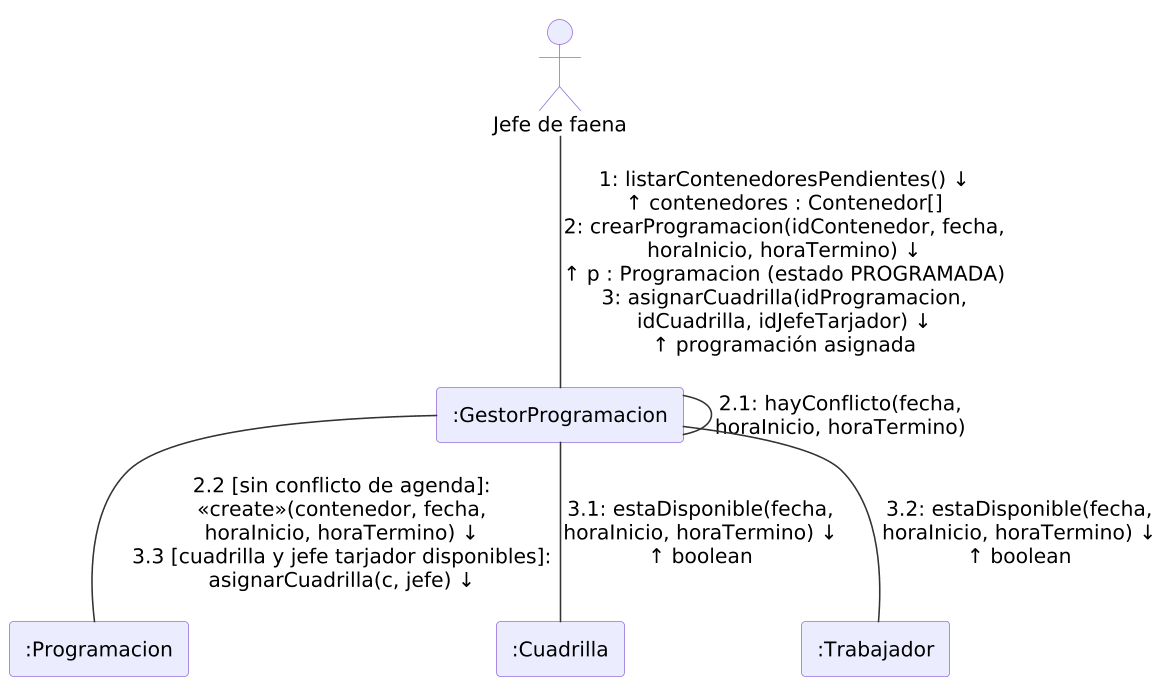
The PlantUML diagram Figuras/diagramas/18-col-crear-programacion.png in RenatoEspina/Latex-proyecto, before a commit.
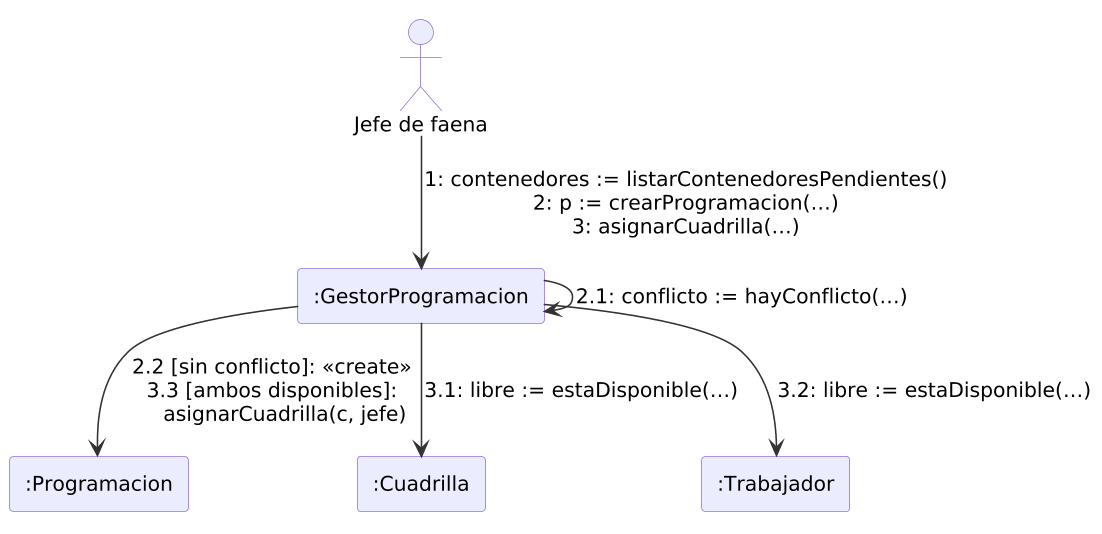
Later version of the same file.

The edit, as a diff of the source:
```diff
@@ -7,9 +7,9 @@
 rectangle ":Cuadrilla" as CU
 rectangle ":Trabajador" as T
 
-JF -- GP : "1: listarContenedoresPendientes() ↓\n↑ contenedores : Contenedor[]\n2: crearProgramacion(idContenedor, fecha,\nhoraInicio, horaTermino) ↓\n↑ p : Programacion (estado PROGRAMADA)\n3: asignarCuadrilla(idProgramacion,\nidCuadrilla, idJefeTarjador) ↓\n↑ programación asignada"
-GP -- GP : "2.1: hayConflicto(fecha,\nhoraInicio, horaTermino)"
-GP -- P : "2.2 [sin conflicto de agenda]:\n<<create>>(contenedor, fecha,\nhoraInicio, horaTermino) ↓\n3.3 [cuadrilla y jefe tarjador disponibles]:\nasignarCuadrilla(c, jefe) ↓"
-GP -- CU : "3.1: estaDisponible(fecha,\nhoraInicio, horaTermino) ↓\n↑ boolean"
-GP -- T : "3.2: estaDisponible(fecha,\nhoraInicio, horaTermino) ↓\n↑ boolean"
+JF --> GP : "1: contenedores := listarContenedoresPendientes()\n2: p := crearProgramacion(…)\n3: asignarCuadrilla(…)"
+GP --> GP : "2.1: conflicto := hayConflicto(…)"
+GP --> P : "2.2 [sin conflicto]: <<create>>\n3.3 [ambos disponibles]:\n    asignarCuadrilla(c, jefe)"
+GP --> CU : "3.1: libre := estaDisponible(…)"
+GP --> T : "3.2: libre := estaDisponible(…)"
 @enduml
```
